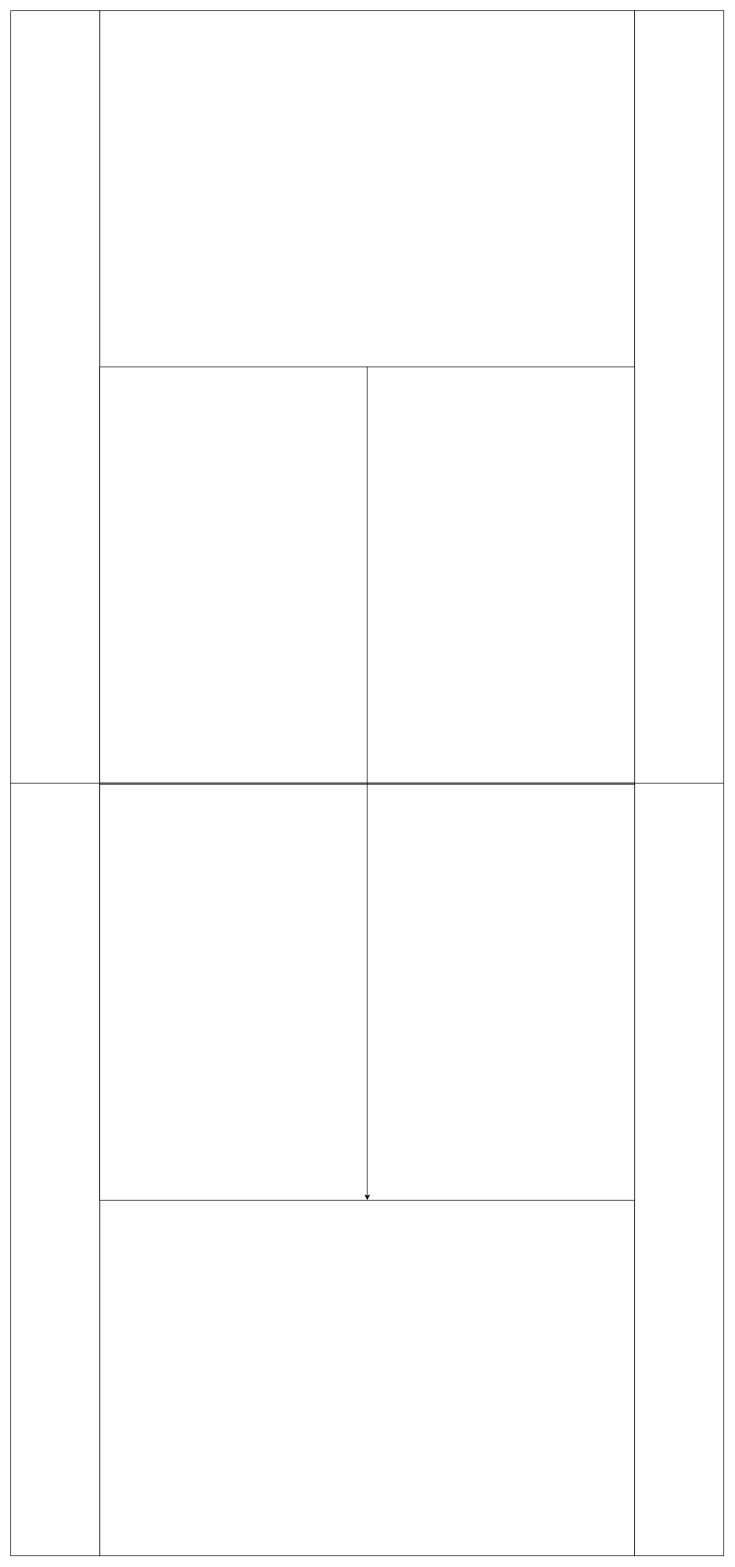
This is 个人学习.drawio from luwenzheng/tennis, a draw.io file, before an edit. Source tidied: cells renumbered, new cells numbered last; positions are measured from the earlier drawing's top-left corner, leaving out a move shared by most shapes. Both pictures are drawn from the tidied source at 65%, with x=0, y=0 at pixel (10, 10).
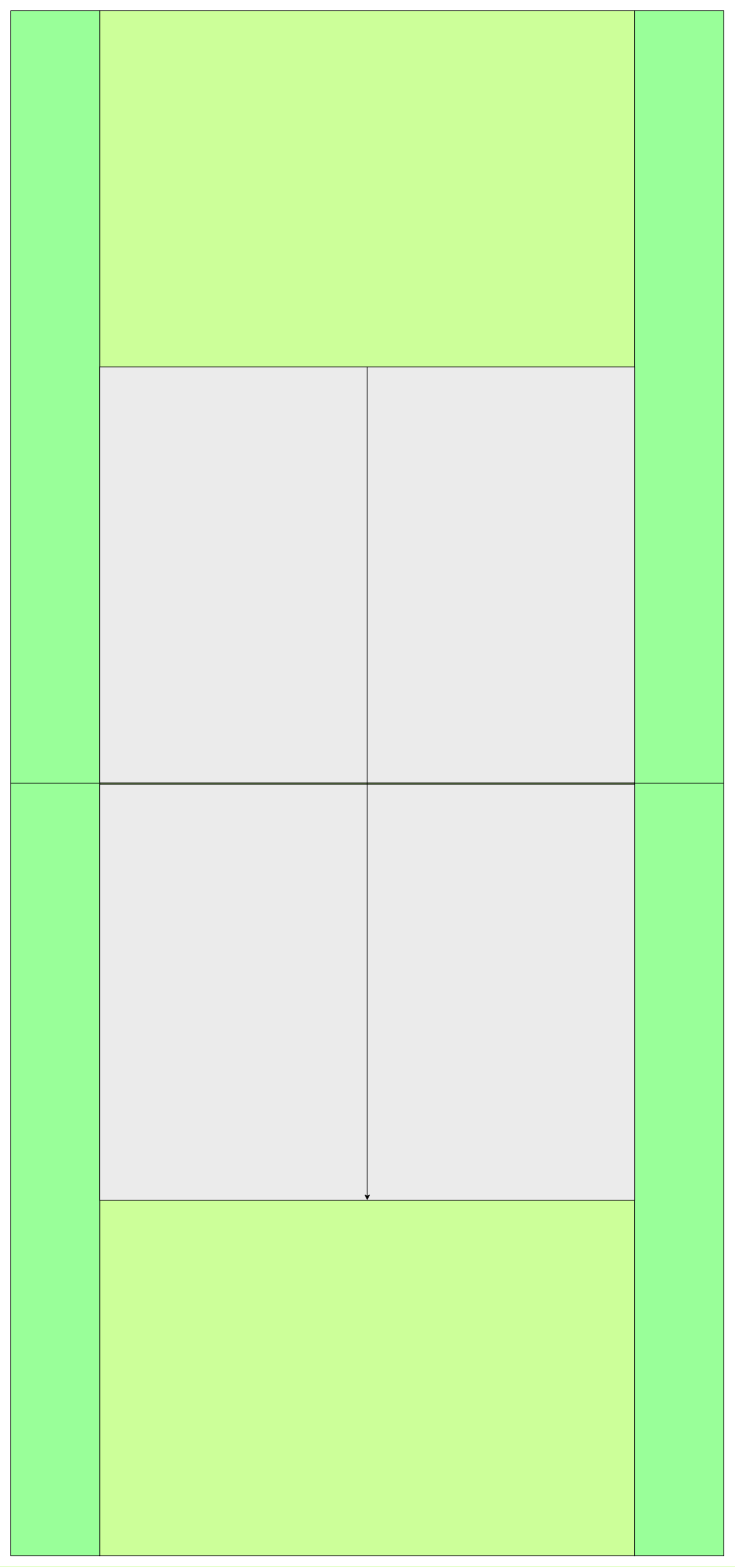
After the change.

Commit message (it also covers changes not shown here):
更新个人学习.drawio

Change to the diagram source:
```diff
@@
 <mxGraphModel>
   <root>
     <mxCell id="0" />
     <mxCell id="1" parent="0" />
     <mxCell id="2" style="group;" parent="1" vertex="1">
       <mxGeometry width="1097" height="2377" as="geometry" />
     </mxCell>
-    <mxCell id="3" style="rounded=0;whiteSpace=wrap;html=1;" parent="2" vertex="1">
+    <mxCell id="3" style="rounded=0;whiteSpace=wrap;html=1;fillColor=#CCFF99;" parent="2" vertex="1">
       <mxGeometry x="137" width="823" height="2377" as="geometry" />
     </mxCell>
-    <mxCell id="4" style="rounded=0;whiteSpace=wrap;html=1;" parent="2" vertex="1">
+    <mxCell id="4" style="rounded=0;whiteSpace=wrap;html=1;fillColor=#99FF99;" parent="2" vertex="1">
       <mxGeometry width="137" height="2377" as="geometry" />
     </mxCell>
-    <mxCell id="5" style="rounded=0;whiteSpace=wrap;html=1;" parent="2" vertex="1">
+    <mxCell id="5" style="rounded=0;whiteSpace=wrap;html=1;fillColor=#99FF99;" parent="2" vertex="1">
       <mxGeometry x="960" width="137" height="2377" as="geometry" />
     </mxCell>
     <mxCell id="6" style="endArrow=none;html=1;rounded=0;exitX=0;exitY=0.5;exitDx=0;exitDy=0;entryX=1;entryY=0.5;entryDx=0;entryDy=0;" parent="2" edge="1" source="4" target="5">
       <mxGeometry relative="1" as="geometry" />
     </mxCell>
-    <mxCell id="7" style="rounded=0;whiteSpace=wrap;html=1;" parent="2" vertex="1">
+    <mxCell id="7" style="rounded=0;whiteSpace=wrap;html=1;fillColor=#EBEBEB;" parent="2" vertex="1">
       <mxGeometry x="137" y="548" width="823" height="640" as="geometry" />
     </mxCell>
-    <mxCell id="8" style="rounded=0;whiteSpace=wrap;html=1;" parent="2" vertex="1">
+    <mxCell id="8" style="rounded=0;whiteSpace=wrap;html=1;fillColor=#EBEBEB;" parent="2" vertex="1">
       <mxGeometry x="137" y="1190" width="823" height="640" as="geometry" />
     </mxCell>
     <mxCell id="9" style="edgeStyle=none;rounded=0;orthogonalLoop=1;jettySize=auto;html=1;exitX=0.5;exitY=0;exitDx=0;exitDy=0;" parent="2" edge="1" source="7" target="7">
       <mxGeometry relative="1" as="geometry" />
     </mxCell>
     <mxCell id="10" style="edgeStyle=none;rounded=0;orthogonalLoop=1;jettySize=auto;html=1;exitX=0.5;exitY=0;exitDx=0;exitDy=0;" parent="2" edge="1" source="7" target="7">
       <mxGeometry relative="1" as="geometry" />
     </mxCell>
     <mxCell id="11" style="edgeStyle=none;jettySize=auto;html=1;rounded=0;exitX=0.5;exitY=0;exitDx=0;exitDy=0;entryX=0.5;entryY=1;entryDx=0;entryDy=0;" parent="2" edge="1" source="7" target="8">
       <mxGeometry relative="1" as="geometry" />
     </mxCell>
   </root>
 </mxGraphModel>
```
